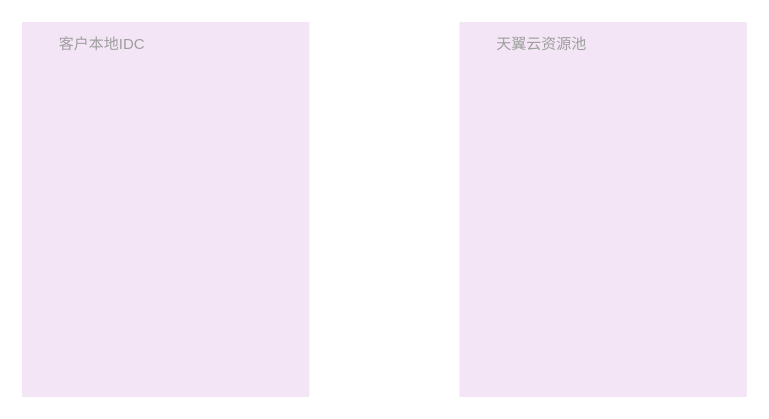
MyselfblueKAMI/drawpub keeps this draw.io diagram as 正扬传感器智算方案.drawio. Above is the earlier version. Source tidied: cells renumbered, new cells numbered last; positions are measured from the earlier drawing's top-left corner, leaving out a move shared by most shapes. Both pictures are drawn from the tidied source at 125%, with x=0, y=0 at pixel (21, 21).
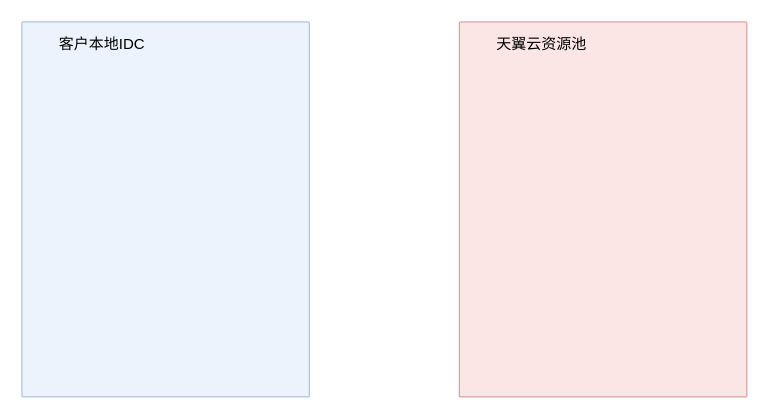
The same diagram, later.

Commit message (it also covers changes not shown here):
更新正扬传感器智算方案.drawio

The edit, as a diff of the source:
```diff
@@
 <mxGraphModel>
   <root>
     <mxCell id="0" />
     <mxCell id="1" parent="0" />
-    <mxCell id="2" value="天翼云资源池" style="sketch=0;rounded=1;absoluteArcSize=1;arcSize=2;html=1;strokeColor=none;gradientColor=none;shadow=0;dashed=0;fontSize=12;fontColor=#9E9E9E;align=left;verticalAlign=top;spacing=10;spacingTop=-4;whiteSpace=wrap;fillColor=#F3E5F5;spacingLeft=20;fontFamily=Helvetica;" parent="1" vertex="1">
+    <mxCell id="2" value="天翼云资源池" style="sketch=0;rounded=1;absoluteArcSize=1;arcSize=2;html=1;strokeColor=#b85450;shadow=0;dashed=0;fontSize=12;align=left;verticalAlign=top;spacing=10;spacingTop=-4;whiteSpace=wrap;fillColor=#f8cecc;spacingLeft=20;fontFamily=Helvetica;opacity=50;" parent="1" vertex="1">
       <mxGeometry x="350" width="230" height="300" as="geometry" />
     </mxCell>
-    <mxCell id="3" value="客户本地IDC" style="sketch=0;rounded=1;absoluteArcSize=1;arcSize=2;html=1;strokeColor=none;gradientColor=none;shadow=0;dashed=0;fontSize=12;fontColor=#9E9E9E;align=left;verticalAlign=top;spacing=10;spacingTop=-4;whiteSpace=wrap;fillColor=#F3E5F5;spacingLeft=20;fontFamily=Helvetica;" parent="1" vertex="1">
+    <mxCell id="3" value="客户本地IDC" style="sketch=0;rounded=1;absoluteArcSize=1;arcSize=2;html=1;strokeColor=#6c8ebf;shadow=0;dashed=0;fontSize=12;align=left;verticalAlign=top;spacing=10;spacingTop=-4;whiteSpace=wrap;fillColor=#dae8fc;spacingLeft=20;fontFamily=Helvetica;opacity=50;" parent="1" vertex="1">
       <mxGeometry width="230" height="300" as="geometry" />
     </mxCell>
   </root>
 </mxGraphModel>
```
